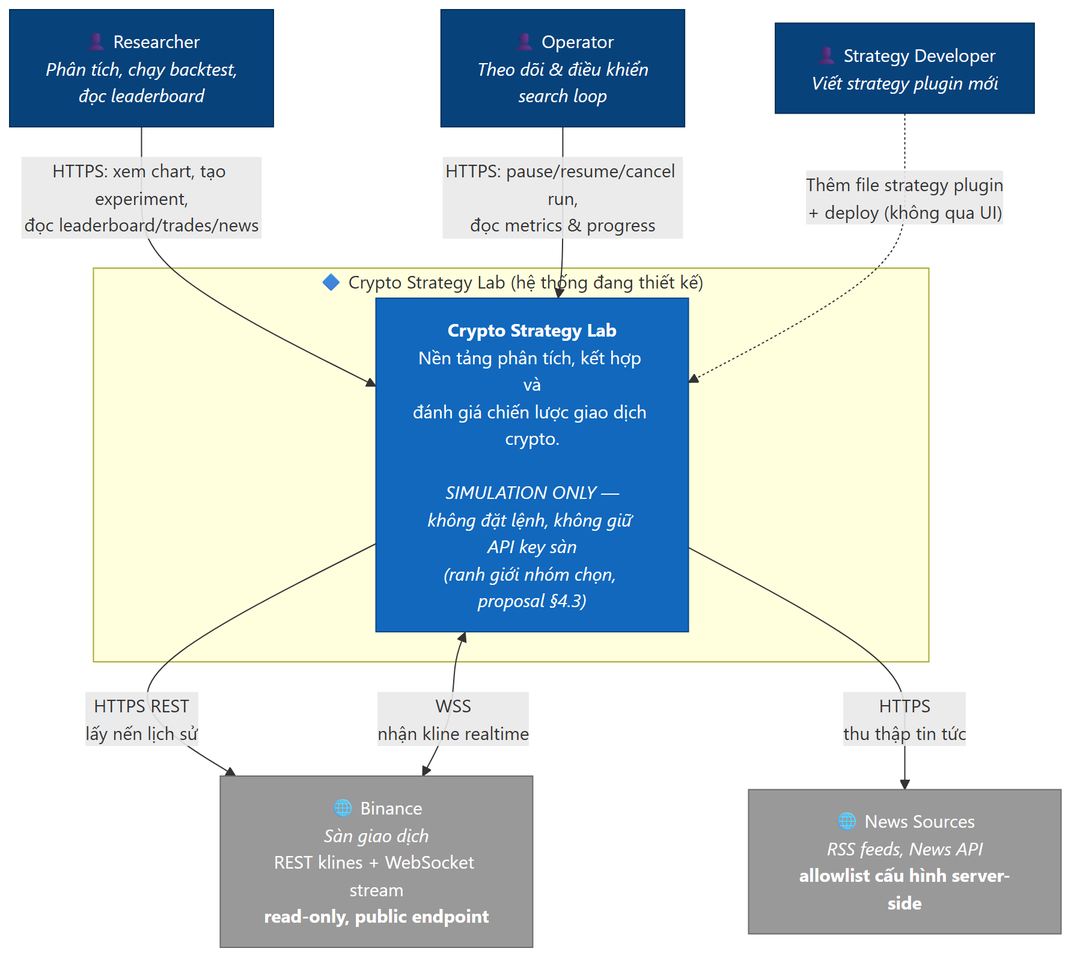
The Mermaid diagram blueprint/assets/diagrams-png/01-c4-l1-system-context.png in EnsoTech-Studio/CryptoBot, before a commit. Its source is kept beside it as blueprint/assets/diagrams/01-c4-l1-system-context.mmd.
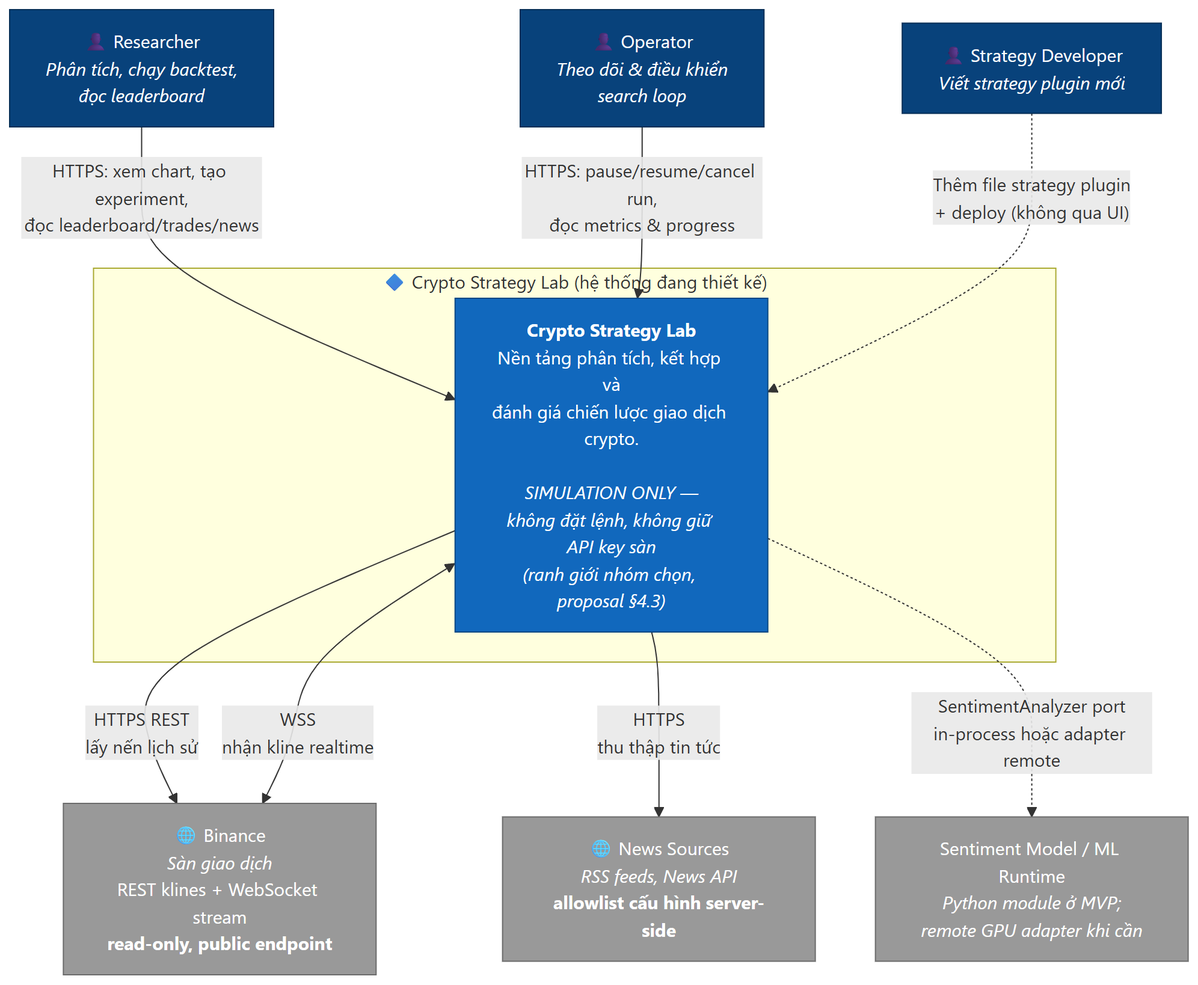
Above is the later version.

What changed in the source:
```diff
@@ -9,6 +9,7 @@
 
     Binance["🌐 Binance<br/><i>Sàn giao dịch</i><br/>REST klines + WebSocket stream<br/><b>read-only, public endpoint</b>"]
     NewsSrc["🌐 News Sources<br/><i>RSS feeds, News API</i><br/><b>allowlist cấu hình server-side</b>"]
+    MLModel["Sentiment Model / ML Runtime<br/><i>Python module ở MVP;<br/>remote GPU adapter khi cần</i>"]
 
     Researcher -->|"HTTPS: xem chart, tạo experiment,<br/>đọc leaderboard/trades/news"| System
     Operator -->|"HTTPS: pause/resume/cancel run,<br/>đọc metrics & progress"| System
@@ -17,10 +18,11 @@
     System -->|"HTTPS REST<br/>lấy nến lịch sử"| Binance
     System <-->|"WSS<br/>nhận kline realtime"| Binance
     System -->|"HTTPS<br/>thu thập tin tức"| NewsSrc
+    System -.->|"SentimentAnalyzer port<br/>in-process hoặc adapter remote"| MLModel
 
     classDef person fill:#08427b,stroke:#052e56,color:#fff
     classDef system fill:#1168bd,stroke:#0b4884,color:#fff
     classDef external fill:#999,stroke:#6b6b6b,color:#fff
     class Researcher,Operator,Developer person
     class System system
-    class Binance,NewsSrc external
+    class Binance,NewsSrc,MLModel external
```
